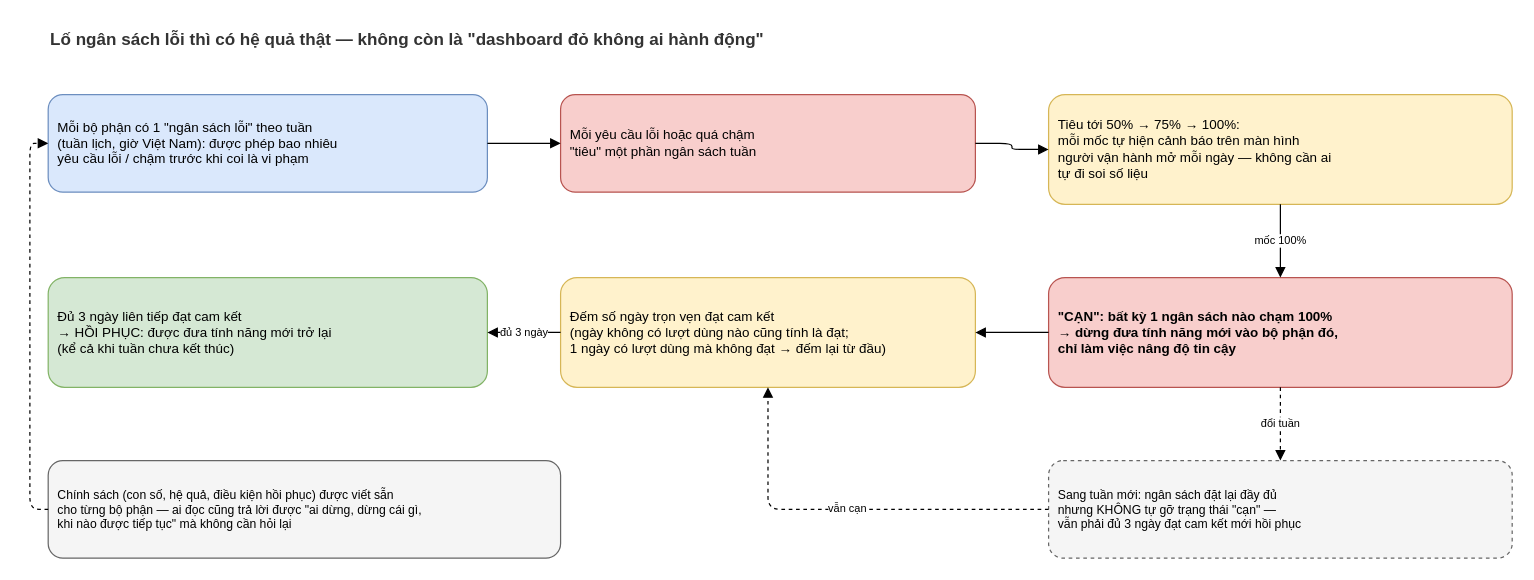
Before: docs/diagrams/027-error-budget-alerting-flow-nghiep-vu.drawio in nmhieuit/ecommerce, a draw.io diagram. Source tidied: cells renumbered, new cells numbered last; positions are measured from the earlier drawing's top-left corner, leaving out a move shared by most shapes. Both pictures are drawn from the tidied source at 122%, with x=0, y=0 at pixel (29, 21).
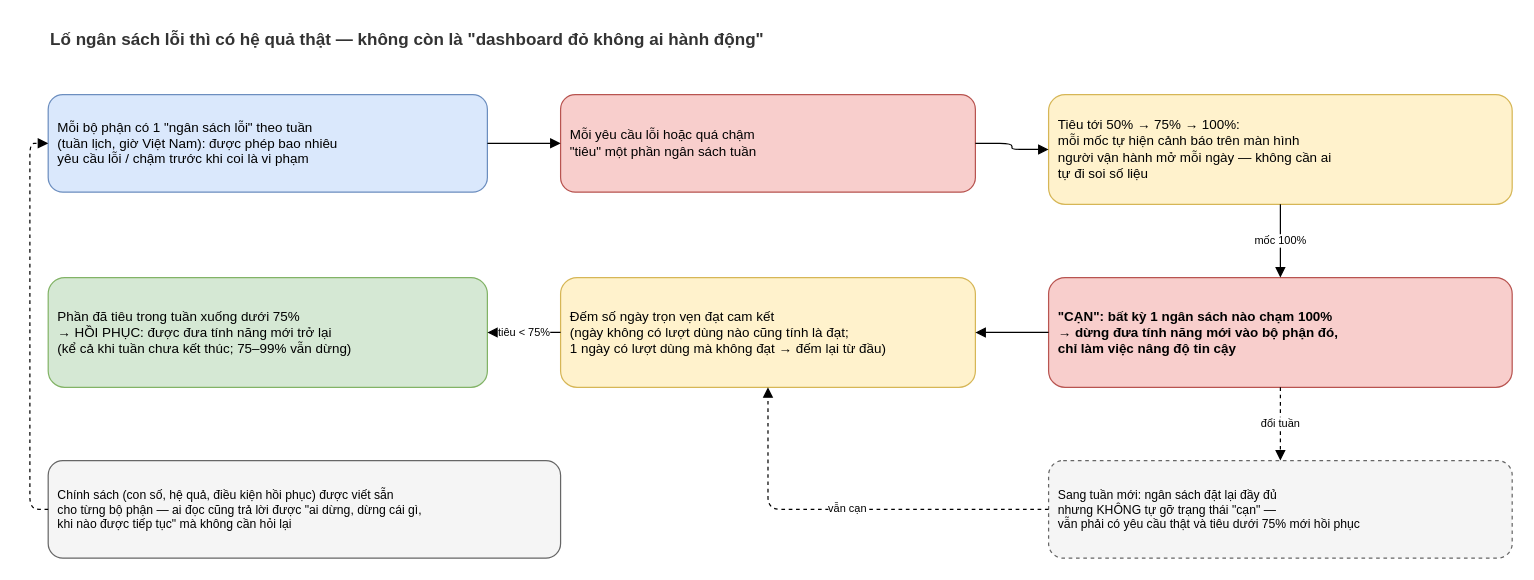
After the change.

The change refers to these unchanged cells:
```xml
<mxCell id="7" value="Đếm số ngày trọn vẹn đạt cam kết&#10;(ngày không có lượt dùng nào cũng tính là đạt;&#10;1 ngày có lượt dùng mà không đạt → đếm lại từ đầu)" style="rounded=1;whiteSpace=wrap;html=1;fillColor=#fff2cc;strokeColor=#d6b656;fontSize=11;align=left;spacingLeft=6;" parent="1" vertex="1">
  <mxGeometry x="435" y="210" width="340" height="90" as="geometry" />
</mxCell>
```

What changed in the source:
```diff
@@
-    <mxCell id="8" value="Đủ 3 ngày liên tiếp đạt cam kết&#10;→ HỒI PHỤC: được đưa tính năng mới trở lại&#10;(kể cả khi tuần chưa kết thúc)" style="rounded=1;whiteSpace=wrap;html=1;fillColor=#d5e8d4;strokeColor=#82b366;fontSize=11;align=left;spacingLeft=6;" parent="1" vertex="1">
+    <mxCell id="8" value="Phần đã tiêu trong tuần xuống dưới 75%&#10;→ HỒI PHỤC: được đưa tính năng mới trở lại&#10;(kể cả khi tuần chưa kết thúc; 75–99% vẫn dừng)" style="rounded=1;whiteSpace=wrap;html=1;fillColor=#d5e8d4;strokeColor=#82b366;fontSize=11;align=left;spacingLeft=6;" parent="1" vertex="1">
       <mxGeometry x="15" y="210" width="360" height="90" as="geometry" />
     </mxCell>
-    <mxCell id="9" value="Sang tuần mới: ngân sách đặt lại đầy đủ&#10;nhưng KHÔNG tự gỡ trạng thái &quot;cạn&quot; —&#10;vẫn phải đủ 3 ngày đạt cam kết mới hồi phục" style="rounded=1;whiteSpace=wrap;html=1;fillColor=#f5f5f5;strokeColor=#666666;fontSize=10;align=left;spacingLeft=6;dashed=1;" parent="1" vertex="1">
+    <mxCell id="9" value="Sang tuần mới: ngân sách đặt lại đầy đủ&#10;nhưng KHÔNG tự gỡ trạng thái &quot;cạn&quot; —&#10;vẫn phải có yêu cầu thật và tiêu dưới 75% mới hồi phục" style="rounded=1;whiteSpace=wrap;html=1;fillColor=#f5f5f5;strokeColor=#666666;fontSize=10;align=left;spacingLeft=6;dashed=1;" parent="1" vertex="1">
       <mxGeometry x="835" y="360" width="380" height="80" as="geometry" />
     </mxCell>
@@
-    <mxCell id="15" value="đủ 3 ngày" style="edgeStyle=orthogonalEdgeStyle;html=1;endArrow=block;fontSize=9;" parent="1" edge="1" source="7" target="8">
+    <mxCell id="15" value="tiêu &lt; 75%" style="edgeStyle=orthogonalEdgeStyle;html=1;endArrow=block;fontSize=9;" parent="1" edge="1" source="7" target="8">
       <mxGeometry relative="1" as="geometry" />
     </mxCell>
```
